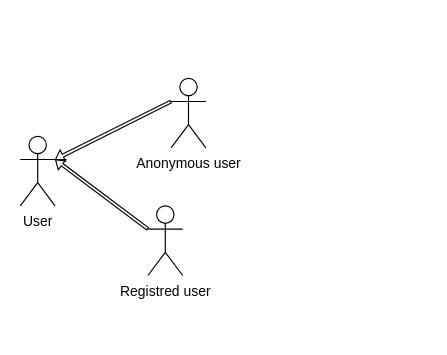
The draw.io diagram page "LOGIN/REGISTRATION" (1 of 2) of RASD/LaTeXCode/images/drawio/Use_Case_Diagram.drawio in jacopobellosi/Bellosi-Montanelli-Tempobono, before the edit. Source tidied: cells renumbered, new cells numbered last; positions are measured from the earlier drawing's top-left corner, leaving out a move shared by most shapes. Both pictures are drawn from the tidied source at 116%, with x=0, y=0 at pixel (20, 78).
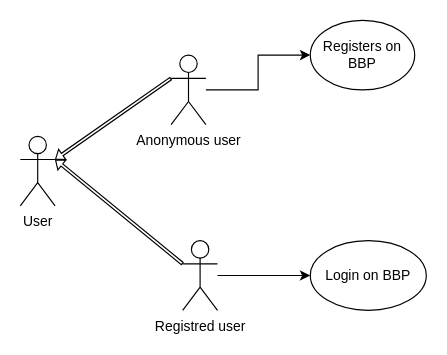
The same diagram, later.

The edit, as a diff of the source:
```diff
@@
 <mxGraphModel>
   <root>
     <mxCell id="0" />
     <mxCell id="1" parent="0" />
     <mxCell id="2" value="User" style="shape=umlActor;verticalLabelPosition=bottom;verticalAlign=top;html=1;" parent="1" vertex="1">
       <mxGeometry y="50" width="30" height="60" as="geometry" />
     </mxCell>
+    <mxCell id="7" style="edgeStyle=orthogonalEdgeStyle;rounded=0;jettySize=auto;html=1;" parent="1" edge="1" source="3" target="9">
+      <mxGeometry relative="1" as="geometry" />
+    </mxCell>
     <mxCell id="3" value="Anonymous user" style="shape=umlActor;verticalLabelPosition=bottom;verticalAlign=top;html=1;" parent="1" vertex="1">
-      <mxGeometry x="130" width="30" height="60" as="geometry" />
+      <mxGeometry x="130" y="-20" width="30" height="60" as="geometry" />
     </mxCell>
+    <mxCell id="8" style="edgeStyle=orthogonalEdgeStyle;rounded=0;jettySize=auto;html=1;" parent="1" edge="1" source="4" target="10">
+      <mxGeometry relative="1" as="geometry" />
+    </mxCell>
     <mxCell id="4" value="Registred user" style="shape=umlActor;verticalLabelPosition=bottom;verticalAlign=top;html=1;" parent="1" vertex="1">
-      <mxGeometry x="110" y="110" width="30" height="60" as="geometry" />
+      <mxGeometry x="140" y="140" width="30" height="60" as="geometry" />
     </mxCell>
     <mxCell id="5" style="shape=flexArrow;endArrow=none;startArrow=classic;html=1;rounded=0;exitX=1;exitY=0.3333333333333333;exitDx=0;exitDy=0;exitPerimeter=0;entryX=0;entryY=0.3333333333333333;entryDx=0;entryDy=0;entryPerimeter=0;startFill=1;endFill=0;startSize=2;endSize=2;strokeWidth=1;strokeColor=default;fontSize=2;spacing=1;startWidth=7.351940095302927;width=2.4615384615384617;" parent="1" edge="1" source="2" target="4">
       <mxGeometry relative="1" as="geometry" />
     </mxCell>
     <mxCell id="6" style="shape=flexArrow;endArrow=none;startArrow=classic;html=1;rounded=0;entryX=0;entryY=0.3333333333333333;entryDx=0;entryDy=0;entryPerimeter=0;startFill=1;endFill=0;startSize=2;endSize=2;strokeWidth=1;strokeColor=default;fontSize=2;spacing=1;startWidth=7.351940095302927;width=2.4615384615384617;" parent="1" edge="1" target="3">
       <mxGeometry relative="1" as="geometry">
         <mxPoint x="30" y="70" as="sourcePoint" />
       </mxGeometry>
     </mxCell>
+    <mxCell id="9" value="Registers on BBP" style="ellipse;whiteSpace=wrap;html=1;" parent="1" vertex="1">
+      <mxGeometry x="250" y="-50" width="90" height="60" as="geometry" />
+    </mxCell>
+    <mxCell id="10" value="Login on BBP" style="ellipse;whiteSpace=wrap;html=1;" parent="1" vertex="1">
+      <mxGeometry x="250" y="140" width="100" height="60" as="geometry" />
+    </mxCell>
   </root>
 </mxGraphModel>
```
